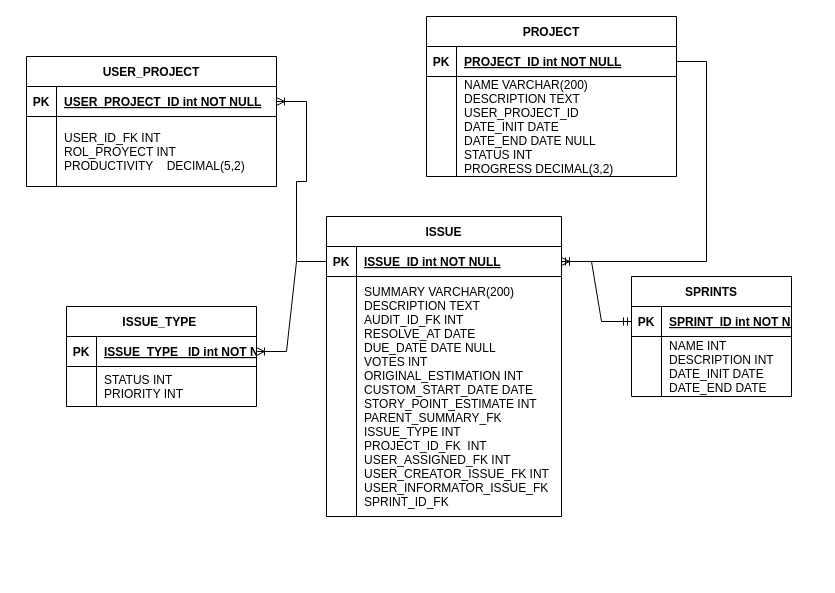
brayrpgs/GLOB-DB keeps this draw.io diagram as schemas/IMPORT/IMPORT_EXPORT.drawio. Above is the earlier version. Source tidied: cells renumbered, new cells numbered last; positions are measured from the earlier drawing's top-left corner, leaving out a move shared by most shapes. Both pictures are drawn from the tidied source at 100%, with x=0, y=0 at pixel (26, 16).
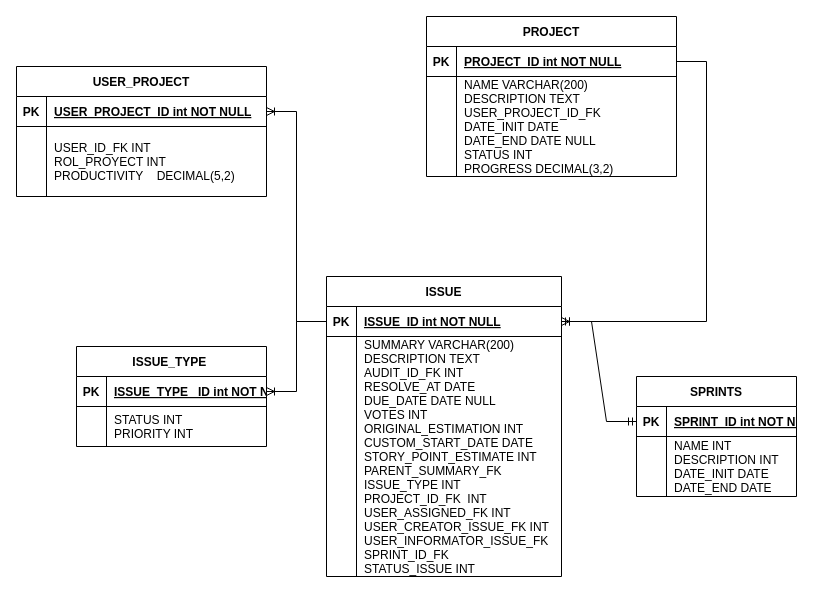
The same page after the edit.

Unchanged cells that the change refers to:
```xml
<mxCell id="13" style="shape=partialRectangle;fillColor=none;top=0;left=0;right=0;bottom=0;" parent="9" vertex="1">
  <mxGeometry y="60" width="250" height="100" as="geometry" />
</mxCell>
<mxCell id="20" style="shape=partialRectangle;fillColor=none;top=0;left=0;right=0;bottom=0;" parent="16" vertex="1">
  <mxGeometry y="60" width="235" height="240" as="geometry" />
</mxCell>
```

Change to the diagram source:
```diff
@@
     <mxCell id="2" value="USER_PROJECT" style="shape=table;startSize=30;childLayout=tableLayout;rowLines=0;fontStyle=1;align=center;" parent="1" vertex="1">
-      <mxGeometry y="40" width="250" height="130" as="geometry" />
+      <mxGeometry x="-10" y="50" width="250" height="130" as="geometry" />
     </mxCell>
@@
-    <mxCell id="15" value="NAME VARCHAR(200)&#10;DESCRIPTION TEXT&#10;USER_PROJECT_ID &#10;DATE_INIT DATE    &#10;DATE_END DATE NULL&#10;STATUS INT&#10;PROGRESS DECIMAL(3,2) " style="shape=partialRectangle;overflow=hidden;fillColor=none;top=0;left=0;bottom=0;right=0;align=left;spacingLeft=6;" parent="13" vertex="1">
+    <mxCell id="15" value="NAME VARCHAR(200)&#10;DESCRIPTION TEXT&#10;USER_PROJECT_ID_FK &#10;DATE_INIT DATE    &#10;DATE_END DATE NULL&#10;STATUS INT&#10;PROGRESS DECIMAL(3,2) " style="shape=partialRectangle;overflow=hidden;fillColor=none;top=0;left=0;bottom=0;right=0;align=left;spacingLeft=6;" parent="13" vertex="1">
       <mxGeometry x="30" width="220" height="100" as="geometry" />
     </mxCell>
     <mxCell id="16" value="ISSUE" style="shape=table;startSize=30;childLayout=tableLayout;rowLines=0;fontStyle=1;align=center;" parent="1" vertex="1">
-      <mxGeometry x="300" y="200" width="235" height="300" as="geometry" />
+      <mxGeometry x="300" y="260" width="235" height="300" as="geometry" />
     </mxCell>
@@
-    <mxCell id="22" value="SUMMARY VARCHAR(200)&#10;DESCRIPTION TEXT&#10;AUDIT_ID_FK INT   &#10;RESOLVE_AT DATE    &#10;DUE_DATE DATE NULL&#10;VOTES INT&#10;ORIGINAL_ESTIMATION INT&#10;CUSTOM_START_DATE DATE&#10;STORY_POINT_ESTIMATE INT&#10;PARENT_SUMMARY_FK&#10;ISSUE_TYPE INT&#10;PROJECT_ID_FK  INT&#10;USER_ASSIGNED_FK INT&#10;USER_CREATOR_ISSUE_FK INT&#10;USER_INFORMATOR_ISSUE_FK&#10;SPRINT_ID_FK" style="shape=partialRectangle;overflow=hidden;fillColor=none;top=0;left=0;bottom=0;right=0;align=left;spacingLeft=6;" parent="20" vertex="1">
+    <mxCell id="22" value="SUMMARY VARCHAR(200)&#10;DESCRIPTION TEXT&#10;AUDIT_ID_FK INT   &#10;RESOLVE_AT DATE    &#10;DUE_DATE DATE NULL&#10;VOTES INT&#10;ORIGINAL_ESTIMATION INT&#10;CUSTOM_START_DATE DATE&#10;STORY_POINT_ESTIMATE INT&#10;PARENT_SUMMARY_FK&#10;ISSUE_TYPE INT&#10;PROJECT_ID_FK  INT&#10;USER_ASSIGNED_FK INT&#10;USER_CREATOR_ISSUE_FK INT&#10;USER_INFORMATOR_ISSUE_FK&#10;SPRINT_ID_FK&#10;STATUS_ISSUE INT" style="shape=partialRectangle;overflow=hidden;fillColor=none;top=0;left=0;bottom=0;right=0;align=left;spacingLeft=6;" parent="20" vertex="1">
       <mxGeometry x="30" width="205" height="240" as="geometry" />
     </mxCell>
@@
     <mxCell id="25" value="ISSUE_TYPE " style="shape=table;startSize=30;childLayout=tableLayout;rowLines=0;fontStyle=1;align=center;" parent="1" vertex="1">
-      <mxGeometry x="40" y="290" width="190" height="100" as="geometry" />
+      <mxGeometry x="50" y="330" width="190" height="100" as="geometry" />
     </mxCell>
@@
     <mxCell id="33" value="SPRINTS" style="shape=table;startSize=30;childLayout=tableLayout;rowLines=0;fontStyle=1;align=center;" parent="1" vertex="1">
-      <mxGeometry x="605" y="260" width="160" height="120" as="geometry" />
+      <mxGeometry x="610" y="360" width="160" height="120" as="geometry" />
     </mxCell>
```
